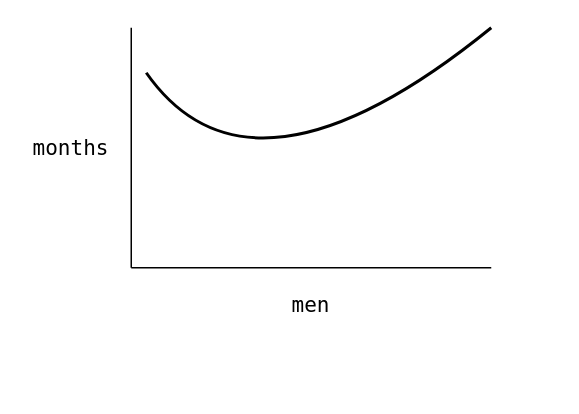
This is src/_/media/diagrams/men-versus-months.drawio from kieranpotts/blog, a draw.io file, before an edit. Source tidied: cells renumbered, new cells numbered last; positions are measured from the earlier drawing's top-left corner, leaving out a move shared by most shapes. Both pictures are drawn from the tidied source at 150%, with x=0, y=0 at pixel (26, 27).
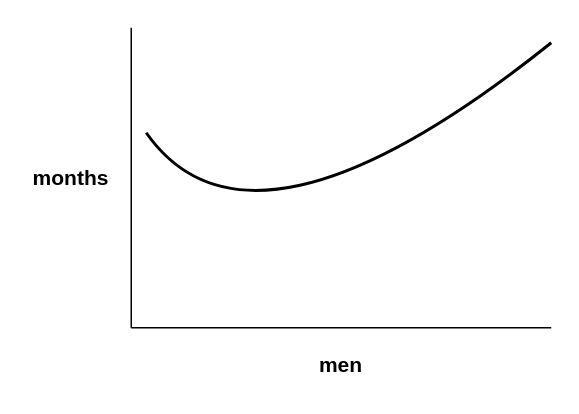
After the change.

Change to the diagram source:
```diff
@@
 <mxGraphModel>
   <root>
     <mxCell id="0" />
     <mxCell id="1" parent="0" />
     <mxCell id="2" style="endArrow=none;html=1;rounded=0;" parent="1" edge="1">
       <mxGeometry relative="1" as="geometry">
-        <mxPoint x="70" y="160" as="sourcePoint" />
+        <mxPoint x="70" y="200" as="sourcePoint" />
         <mxPoint x="70" as="targetPoint" />
       </mxGeometry>
     </mxCell>
     <mxCell id="3" style="endArrow=none;html=1;rounded=0;" parent="1" edge="1">
       <mxGeometry relative="1" as="geometry">
-        <mxPoint x="310" y="160" as="sourcePoint" />
-        <mxPoint x="70" y="160" as="targetPoint" />
+        <mxPoint x="350" y="200" as="sourcePoint" />
+        <mxPoint x="70" y="200" as="targetPoint" />
       </mxGeometry>
     </mxCell>
-    <mxCell id="4" value="months" style="text;html=1;align=center;verticalAlign=middle;whiteSpace=wrap;rounded=0;fontSize=14;fontFamily=Lucida Console;" parent="1" vertex="1">
-      <mxGeometry width="60" height="160" as="geometry" />
+    <mxCell id="4" value="months" style="text;html=1;align=center;verticalAlign=middle;whiteSpace=wrap;rounded=0;fontSize=14;fontFamily=Helvetica;fontStyle=1;" parent="1" vertex="1">
+      <mxGeometry width="60" height="200" as="geometry" />
     </mxCell>
     <mxCell id="5" style="curved=1;endArrow=none;html=1;rounded=0;endFill=0;strokeWidth=2;" parent="1" edge="1">
       <mxGeometry relative="1" as="geometry">
-        <mxPoint x="80" y="30" as="sourcePoint" />
-        <mxPoint x="310" as="targetPoint" />
+        <mxPoint x="80" y="70" as="sourcePoint" />
+        <mxPoint x="350" y="10" as="targetPoint" />
         <Array as="points">
-          <mxPoint x="150" y="130" />
+          <mxPoint x="150" y="170" />
         </Array>
       </mxGeometry>
     </mxCell>
-    <mxCell id="6" value="men" style="text;html=1;align=center;verticalAlign=middle;whiteSpace=wrap;rounded=0;fontSize=14;fontFamily=Lucida Console;" parent="1" vertex="1">
-      <mxGeometry x="70" y="170" width="240" height="30" as="geometry" />
+    <mxCell id="6" value="men" style="text;html=1;align=center;verticalAlign=middle;whiteSpace=wrap;rounded=0;fontSize=14;fontFamily=Helvetica;fontStyle=1;" parent="1" vertex="1">
+      <mxGeometry x="70" y="210" width="280" height="30" as="geometry" />
     </mxCell>
   </root>
 </mxGraphModel>
```
